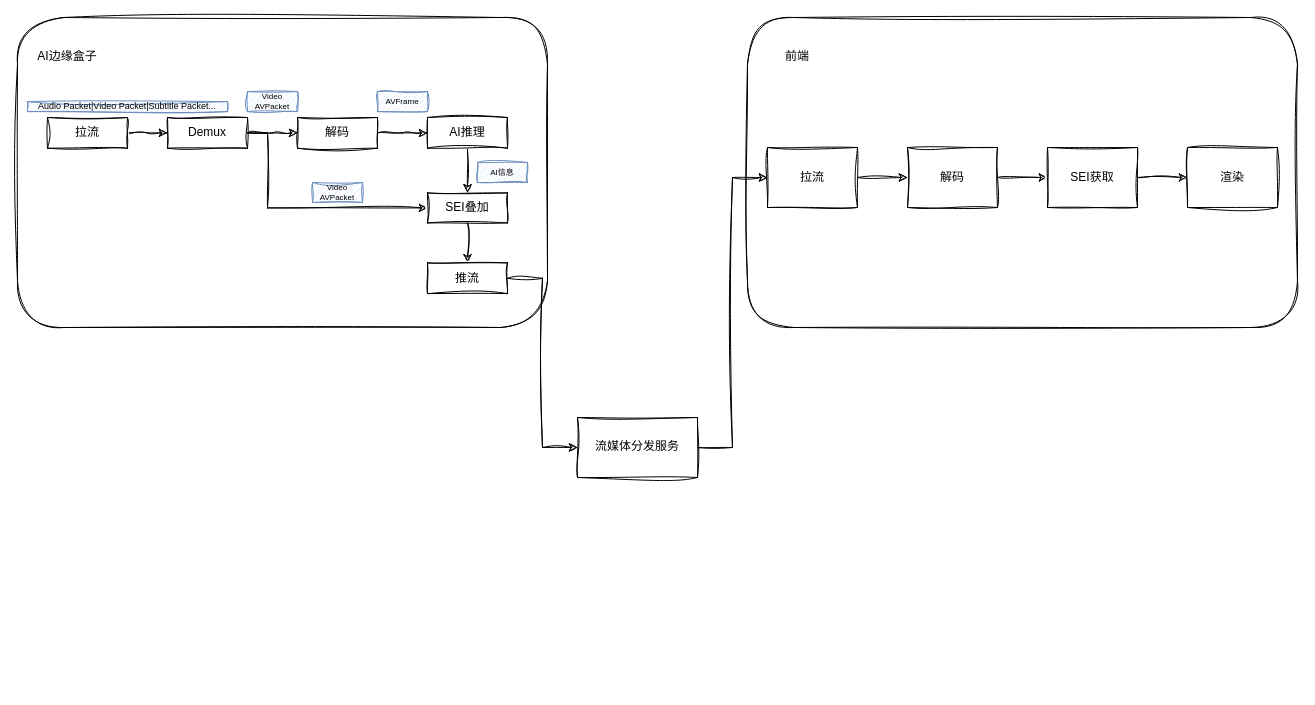
mailliw2010/i-800 keeps this draw.io diagram as 基于SEI的前端渲染技术方案.drawio. Above is the earlier version. Source tidied: cells renumbered, new cells numbered last; positions are measured from the earlier drawing's top-left corner, leaving out a move shared by most shapes. Both pictures are drawn from the tidied source at 100%, with x=0, y=0 at pixel (17, 17).
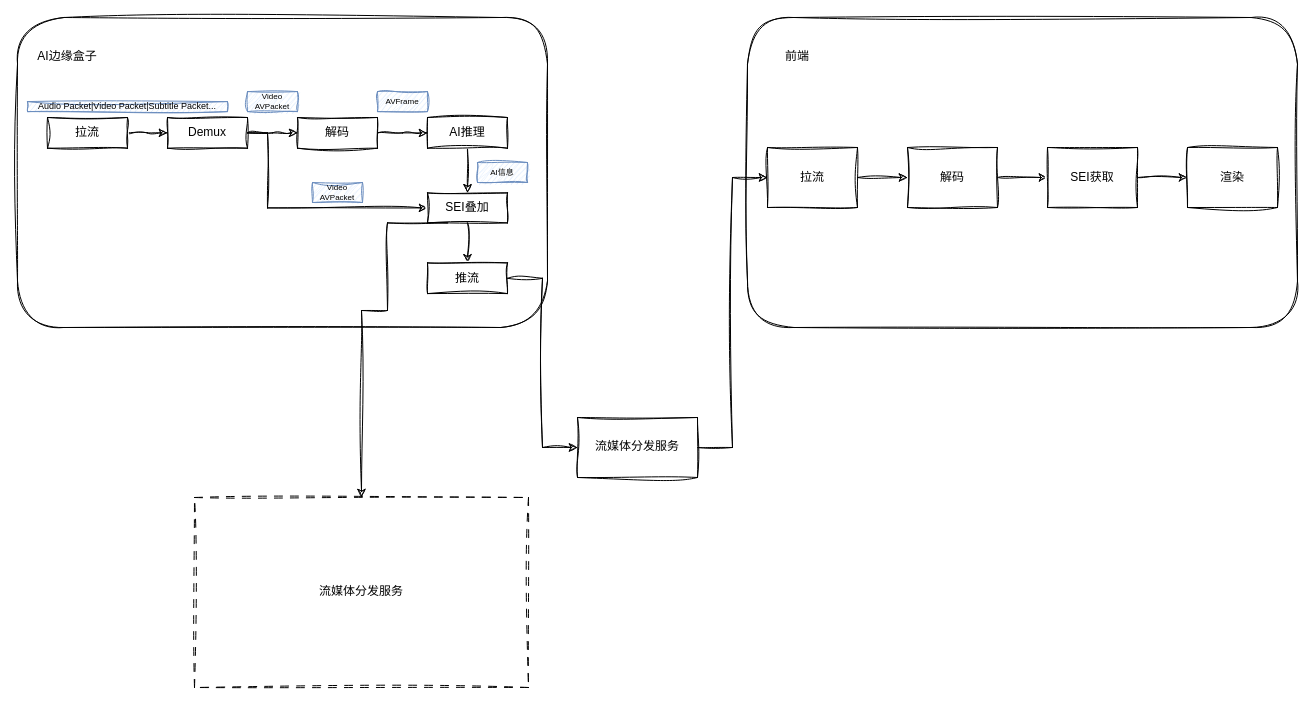
After the change.

Commit message (it also covers changes not shown here):
更新基于SEI的前端渲染技术方案.drawio

Unchanged cells that the change refers to:
```xml
<mxCell id="25" value="SEI叠加" style="rounded=0;whiteSpace=wrap;html=1;sketch=1;curveFitting=1;jiggle=2;" parent="12" vertex="1">
  <mxGeometry x="410" y="175.4" width="80" height="30" as="geometry" />
</mxCell>
```

The edit, as a diff of the source:
```diff
@@
+    <mxCell id="35" value="流媒体分发服务" style="rounded=0;whiteSpace=wrap;html=1;sketch=1;hachureGap=4;jiggle=2;curveFitting=1;fontFamily=Architects Daughter;dashed=1;dashPattern=8 8;" parent="1" vertex="1">
+      <mxGeometry x="177" y="480" width="334" height="190" as="geometry" />
+    </mxCell>
+    <mxCell id="36" style="edgeStyle=orthogonalEdgeStyle;rounded=0;sketch=1;hachureGap=4;jiggle=2;curveFitting=1;jettySize=auto;html=1;exitX=0.25;exitY=1;exitDx=0;exitDy=0;entryX=0.5;entryY=0;entryDx=0;entryDy=0;fontFamily=Architects Daughter;" parent="1" edge="1" source="25" target="35">
+      <mxGeometry relative="1" as="geometry">
+        <Array as="points">
+          <mxPoint x="370" y="205" />
+          <mxPoint x="370" y="293" />
+          <mxPoint x="344" y="293" />
+        </Array>
+      </mxGeometry>
+    </mxCell>
```
